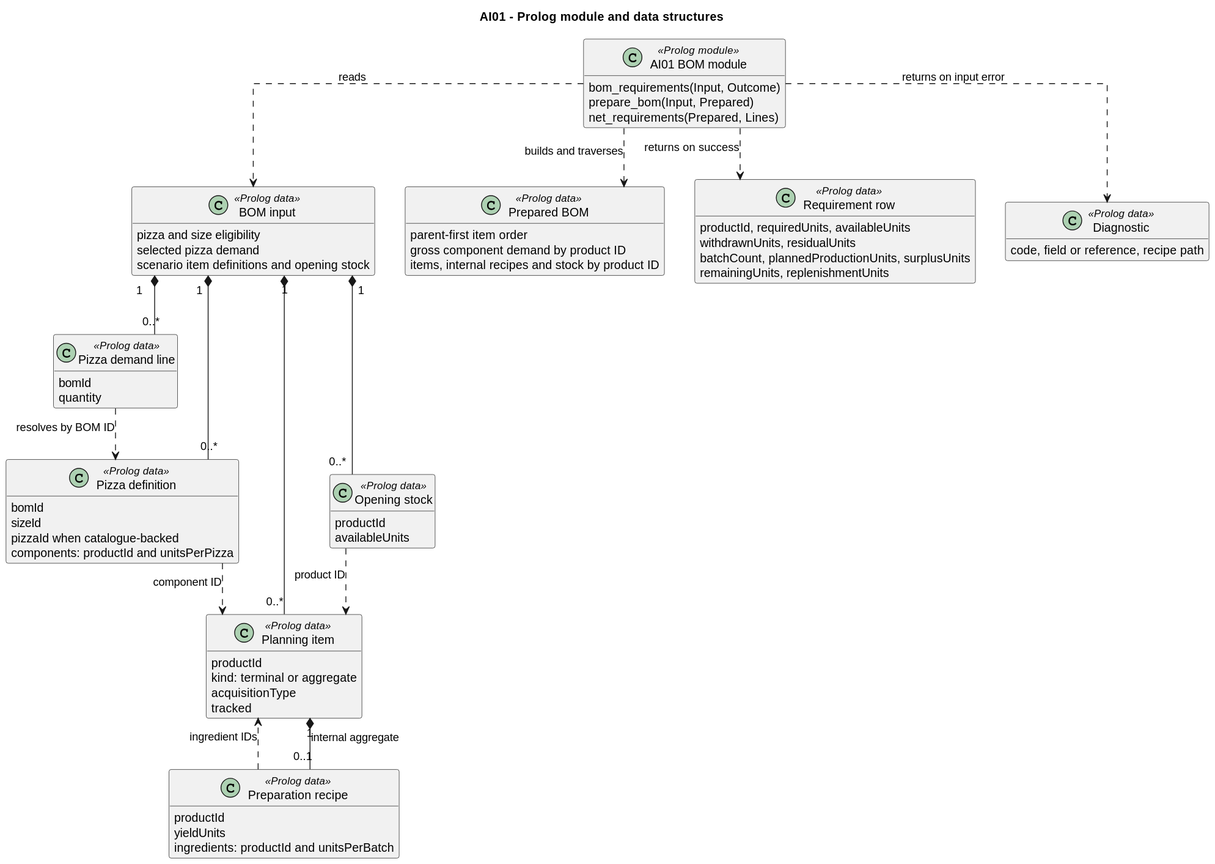
The PlantUML diagram docs/user_stories/ai/ai01/classDiagram/class_diagram_bom.svg in 1240898/teste, before a commit.
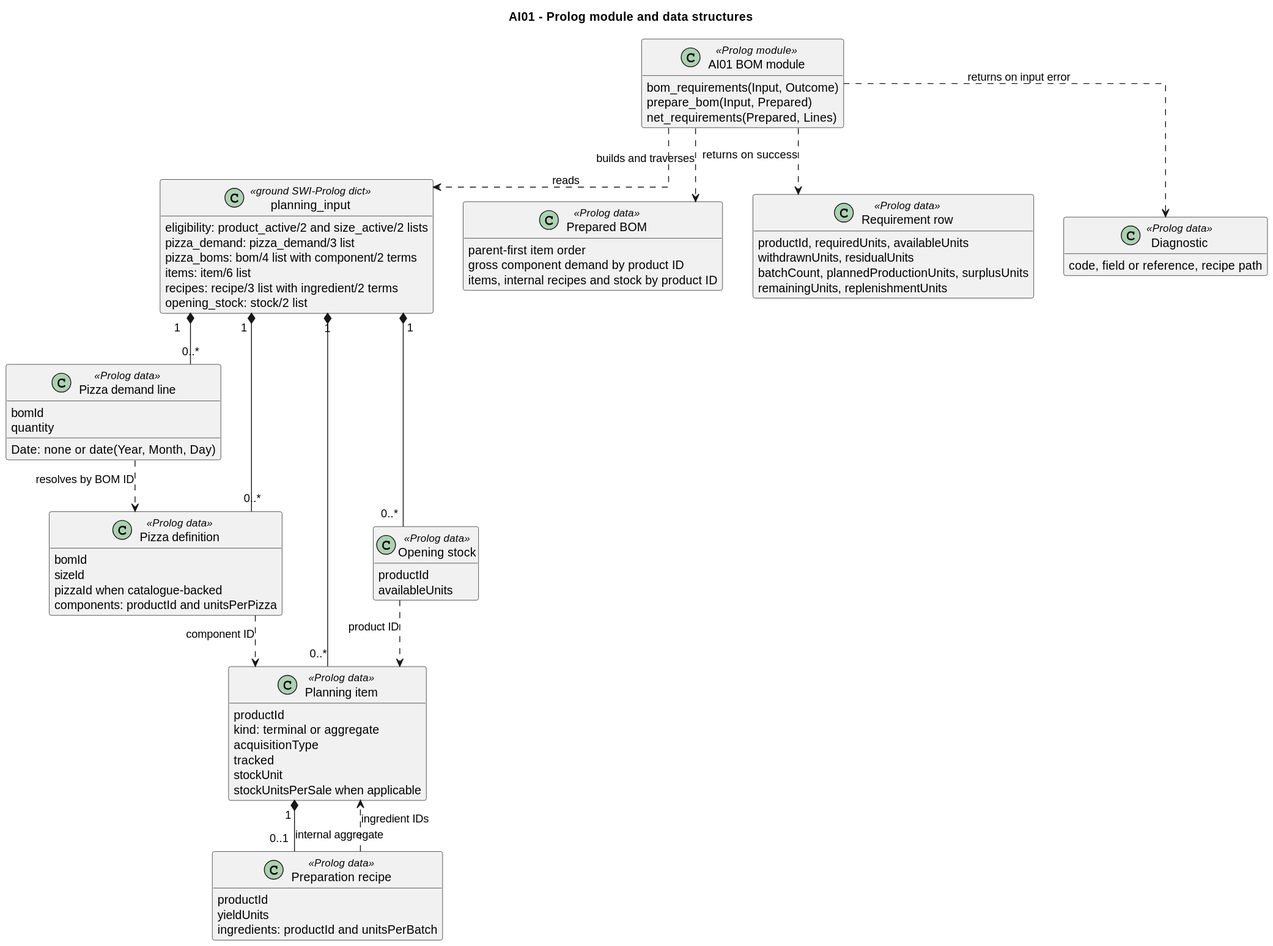
The same diagram one commit later.

What changed in the source:
```diff
@@ -11,10 +11,13 @@
   net_requirements(Prepared, Lines)
 }
 
-class "BOM input" as Input <<Prolog data>> {
-  pizza and size eligibility
-  selected pizza demand
-  scenario item definitions and opening stock
+class "planning_input" as Input <<ground SWI-Prolog dict>> {
+  eligibility: product_active/2 and size_active/2 lists
+  pizza_demand: pizza_demand/3 list
+  pizza_boms: bom/4 list with component/2 terms
+  items: item/6 list
+  recipes: recipe/3 list with ingredient/2 terms
+  opening_stock: stock/2 list
 }
 
 class "Prepared BOM" as Prepared <<Prolog data>> {
@@ -24,6 +27,7 @@
 }
 
 class "Pizza demand line" as Demand <<Prolog data>> {
+  Date: none or date(Year, Month, Day)
   bomId
   quantity
 }
@@ -40,6 +44,8 @@
   kind: terminal or aggregate
   acquisitionType
   tracked
+  stockUnit
+  stockUnitsPerSale when applicable
 }
 
 class "Preparation recipe" as Recipe <<Prolog data>> {
```
